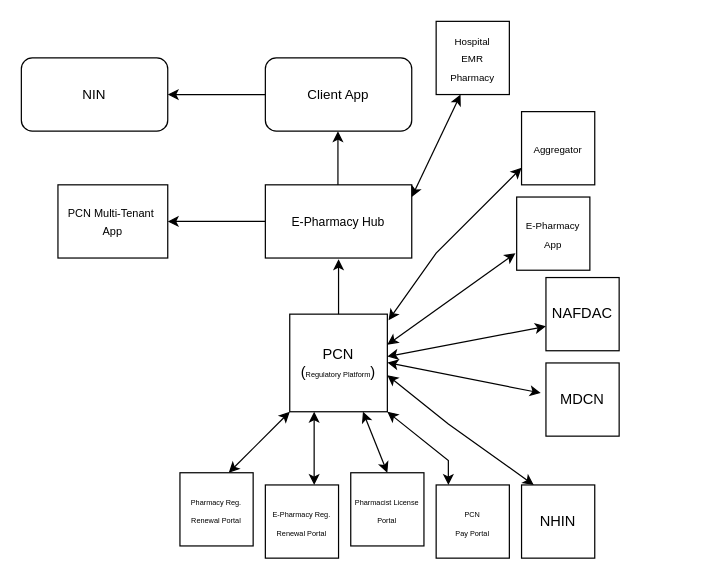
The draw.io diagram BPMN_Diagrams/PCN Architecture.drawio in Nigeria-FHIR-Community/2025Connectathon, before the edit. Source tidied: cells renumbered, new cells numbered last; positions are measured from the earlier drawing's top-left corner, leaving out a move shared by most shapes. Both pictures are drawn from the tidied source at 122%, with x=0, y=0 at pixel (21, 21).
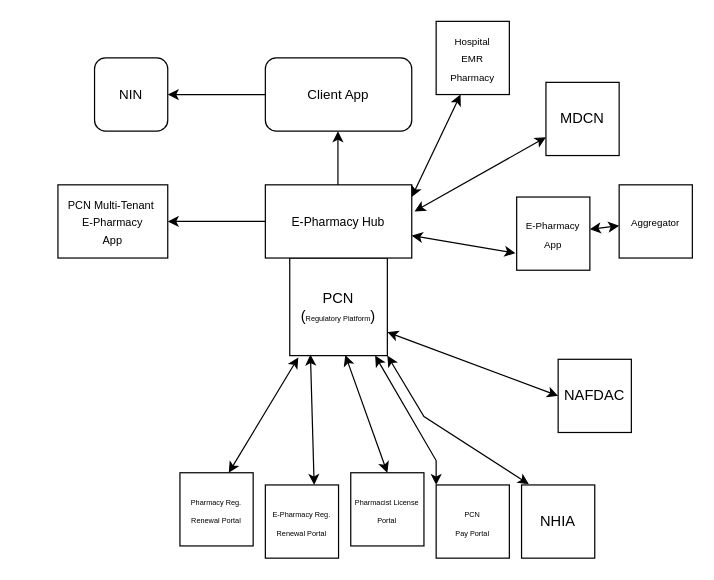
After the change.

The change refers to these unchanged cells:
```xml
<mxCell id="19" value="&lt;font style=&quot;font-size: 8px;&quot;&gt;E-Pharmacy App&lt;/font&gt;" style="whiteSpace=wrap;html=1;" parent="1" vertex="1">
  <mxGeometry x="406" y="144" width="60" height="60" as="geometry" />
</mxCell>
<mxCell id="22" value="&lt;font style=&quot;font-size: 10px;&quot;&gt;E-Pharmacy Hub&lt;/font&gt;" style="whiteSpace=wrap;html=1;" parent="1" vertex="1">
  <mxGeometry x="200" y="134" width="120" height="60" as="geometry" />
</mxCell>
```

The edit, as a diff of the source:
```diff
@@
-    <mxCell id="2" style="edgeStyle=orthogonalEdgeStyle;rounded=0;orthogonalLoop=1;jettySize=auto;html=1;" parent="1" edge="1">
-      <mxGeometry relative="1" as="geometry">
-        <mxPoint x="260" y="285" as="sourcePoint" />
-        <mxPoint x="260" y="195" as="targetPoint" />
-        <Array as="points">
-          <mxPoint x="260" y="245" />
-          <mxPoint x="260" y="245" />
-        </Array>
-      </mxGeometry>
-    </mxCell>
     <mxCell id="3" value="PCN&lt;div&gt;(&lt;font style=&quot;font-size: 6px;&quot;&gt;Regulatory&amp;nbsp;&lt;/font&gt;&lt;font style=&quot;background-color: transparent; color: light-dark(rgb(0, 0, 0), rgb(255, 255, 255)); font-size: 6px;&quot;&gt;Platform&lt;/font&gt;&lt;span style=&quot;background-color: transparent; color: light-dark(rgb(0, 0, 0), rgb(255, 255, 255));&quot;&gt;)&lt;/span&gt;&lt;/div&gt;" style="whiteSpace=wrap;html=1;" parent="1" vertex="1">
-      <mxGeometry x="220" y="240" width="80" height="80" as="geometry" />
+      <mxGeometry x="220" y="194" width="80" height="80" as="geometry" />
     </mxCell>
-    <mxCell id="4" style="endArrow=classic;startArrow=classic;html=1;rounded=0;" parent="1" edge="1">
+    <mxCell id="4" style="endArrow=classic;startArrow=classic;html=1;rounded=0;entryX=0.088;entryY=1.018;entryDx=0;entryDy=0;entryPerimeter=0;" parent="1" edge="1" target="3">
       <mxGeometry relative="1" as="geometry">
         <mxPoint x="170" y="370" as="sourcePoint" />
-        <mxPoint x="220" y="320" as="targetPoint" />
       </mxGeometry>
     </mxCell>
@@
-    <mxCell id="6" style="endArrow=classic;startArrow=classic;html=1;rounded=0;" parent="1" edge="1">
+    <mxCell id="6" style="endArrow=classic;startArrow=classic;html=1;rounded=0;entryX=0.212;entryY=0.989;entryDx=0;entryDy=0;entryPerimeter=0;" parent="1" edge="1" target="3">
       <mxGeometry relative="1" as="geometry">
         <mxPoint x="240" y="380" as="sourcePoint" />
-        <mxPoint x="240" y="320" as="targetPoint" />
       </mxGeometry>
     </mxCell>
@@
-    <mxCell id="8" style="endArrow=classic;startArrow=classic;html=1;rounded=0;" parent="1" edge="1">
+    <mxCell id="8" style="endArrow=classic;startArrow=classic;html=1;rounded=0;entryX=0.569;entryY=0.994;entryDx=0;entryDy=0;entryPerimeter=0;" parent="1" edge="1" target="3">
       <mxGeometry relative="1" as="geometry">
         <mxPoint x="300" y="370" as="sourcePoint" />
-        <mxPoint x="280" y="320" as="targetPoint" />
       </mxGeometry>
     </mxCell>
@@
-    <mxCell id="10" style="endArrow=classic;startArrow=classic;html=1;rounded=0;entryX=1;entryY=1;entryDx=0;entryDy=0;" parent="1" edge="1" target="3">
+    <mxCell id="10" style="endArrow=classic;startArrow=classic;html=1;rounded=0;entryX=1;entryY=1;entryDx=0;entryDy=0;" parent="1" edge="1">
       <mxGeometry relative="1" as="geometry">
-        <mxPoint x="350" y="380" as="sourcePoint" />
+        <mxPoint x="340" y="380" as="sourcePoint" />
+        <mxPoint x="290" y="274" as="targetPoint" />
         <Array as="points">
-          <mxPoint x="350" y="360" />
+          <mxPoint x="340" y="360" />
         </Array>
       </mxGeometry>
     </mxCell>
@@
-    <mxCell id="12" style="endArrow=classic;startArrow=classic;html=1;rounded=0;entryX=1;entryY=1;entryDx=0;entryDy=0;" parent="1" edge="1">
+    <mxCell id="12" style="endArrow=classic;startArrow=classic;html=1;rounded=0;exitX=0.1;exitY=-0.01;exitDx=0;exitDy=0;exitPerimeter=0;" parent="1" edge="1" source="13">
       <mxGeometry relative="1" as="geometry">
-        <mxPoint x="420" y="380" as="sourcePoint" />
-        <mxPoint x="300" y="290" as="targetPoint" />
+        <mxPoint x="300" y="274" as="targetPoint" />
         <Array as="points">
-          <mxPoint x="350" y="330" />
+          <mxPoint x="330" y="324" />
         </Array>
       </mxGeometry>
     </mxCell>
-    <mxCell id="13" value="NHIN" style="whiteSpace=wrap;html=1;" parent="1" vertex="1">
+    <mxCell id="13" value="NHIA" style="whiteSpace=wrap;html=1;" parent="1" vertex="1">
       <mxGeometry x="410" y="380" width="60" height="60" as="geometry" />
     </mxCell>
-    <mxCell id="14" style="endArrow=classic;startArrow=classic;html=1;rounded=0;entryX=-0.071;entryY=0.411;entryDx=0;entryDy=0;entryPerimeter=0;" parent="1" edge="1" target="15">
-      <mxGeometry relative="1" as="geometry">
-        <mxPoint x="300" y="279.7" as="sourcePoint" />
-      </mxGeometry>
+    <mxCell id="14" style="endArrow=classic;startArrow=classic;html=1;rounded=0;entryX=0;entryY=0.75;entryDx=0;entryDy=0;exitX=1.019;exitY=0.363;exitDx=0;exitDy=0;exitPerimeter=0;" parent="1" edge="1" source="22" target="15">
+      <mxGeometry relative="1" as="geometry" />
     </mxCell>
     <mxCell id="15" value="MDCN" style="whiteSpace=wrap;html=1;" parent="1" vertex="1">
-      <mxGeometry x="430" y="280" width="60" height="60" as="geometry" />
+      <mxGeometry x="430" y="50" width="60" height="60" as="geometry" />
     </mxCell>
-    <mxCell id="16" style="endArrow=classic;startArrow=classic;html=1;rounded=0;" parent="1" edge="1">
+    <mxCell id="16" style="endArrow=classic;startArrow=classic;html=1;rounded=0;entryX=0;entryY=0.5;entryDx=0;entryDy=0;" parent="1" edge="1" target="17">
       <mxGeometry relative="1" as="geometry">
-        <mxPoint x="300" y="274.7" as="sourcePoint" />
-        <mxPoint x="430" y="250" as="targetPoint" />
+        <mxPoint x="300" y="254.7" as="sourcePoint" />
       </mxGeometry>
     </mxCell>
     <mxCell id="17" value="NAFDAC" style="whiteSpace=wrap;html=1;" parent="1" vertex="1">
-      <mxGeometry x="430" y="210" width="60" height="60" as="geometry" />
+      <mxGeometry x="440" y="277" width="60" height="60" as="geometry" />
     </mxCell>
-    <mxCell id="18" style="endArrow=classic;startArrow=classic;html=1;rounded=0;" parent="1" edge="1">
+    <mxCell id="18" style="endArrow=classic;startArrow=classic;html=1;rounded=0;exitX=1;exitY=0.694;exitDx=0;exitDy=0;exitPerimeter=0;" parent="1" edge="1" source="22">
       <mxGeometry relative="1" as="geometry">
-        <mxPoint x="300" y="265" as="sourcePoint" />
         <mxPoint x="405" y="190" as="targetPoint" />
       </mxGeometry>
     </mxCell>
+    <mxCell id="31" style="edgeStyle=none;shape=connector;rounded=0;jettySize=auto;html=1;strokeColor=default;align=center;verticalAlign=middle;fontFamily=Helvetica;fontSize=11;fontColor=default;labelBackgroundColor=default;startArrow=classic;endArrow=classic;" parent="1" edge="1" source="19" target="26">
+      <mxGeometry relative="1" as="geometry" />
+    </mxCell>
@@
-    <mxCell id="25" style="endArrow=classic;startArrow=classic;html=1;rounded=0;" parent="1" edge="1">
-      <mxGeometry relative="1" as="geometry">
-        <mxPoint x="301" y="245" as="sourcePoint" />
-        <mxPoint x="410" y="120" as="targetPoint" />
-        <Array as="points">
-          <mxPoint x="340" y="190" />
-        </Array>
-      </mxGeometry>
-    </mxCell>
     <mxCell id="26" value="&lt;font style=&quot;font-size: 8px;&quot;&gt;Aggregator&lt;/font&gt;" style="whiteSpace=wrap;html=1;" parent="1" vertex="1">
-      <mxGeometry x="410" y="74" width="60" height="60" as="geometry" />
+      <mxGeometry x="490" y="134" width="60" height="60" as="geometry" />
     </mxCell>
-    <mxCell id="27" value="&lt;font style=&quot;font-size: 9px;&quot;&gt;PCN Multi-Tenant&amp;nbsp;&lt;/font&gt;&lt;div&gt;&lt;font style=&quot;font-size: 9px;&quot;&gt;App&lt;/font&gt;&lt;/div&gt;" style="whiteSpace=wrap;html=1;" parent="1" vertex="1">
+    <mxCell id="27" value="&lt;font style=&quot;font-size: 9px;&quot;&gt;PCN Multi-Tenant&amp;nbsp;&lt;/font&gt;&lt;div&gt;&lt;font style=&quot;font-size: 9px;&quot;&gt;E-Pharmacy&lt;/font&gt;&lt;div&gt;&lt;font style=&quot;font-size: 9px;&quot;&gt;App&lt;/font&gt;&lt;/div&gt;&lt;/div&gt;" style="whiteSpace=wrap;html=1;" parent="1" vertex="1">
       <mxGeometry x="30" y="134" width="90" height="60" as="geometry" />
     </mxCell>
     <mxCell id="28" value="&lt;font style=&quot;font-size: 11px;&quot;&gt;NIN&lt;/font&gt;" style="rounded=1;whiteSpace=wrap;html=1;" parent="1" vertex="1">
-      <mxGeometry y="30" width="120" height="60" as="geometry" />
+      <mxGeometry x="60" y="30" width="60" height="60" as="geometry" />
     </mxCell>
```
